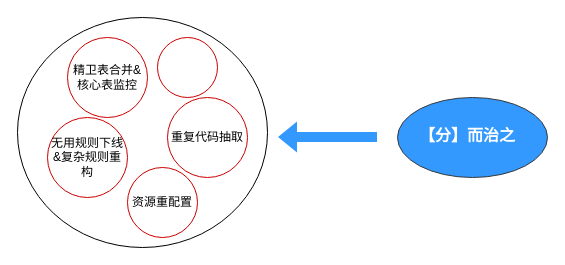
The draw.io diagram pl治理.drawio in mineminemine123/work-wiki, before the edit. Source tidied: cells renumbered, new cells numbered last; positions are measured from the earlier drawing's top-left corner, leaving out a move shared by most shapes. Both pictures are drawn from the tidied source at 100%, with x=0, y=0 at pixel (17, 17).
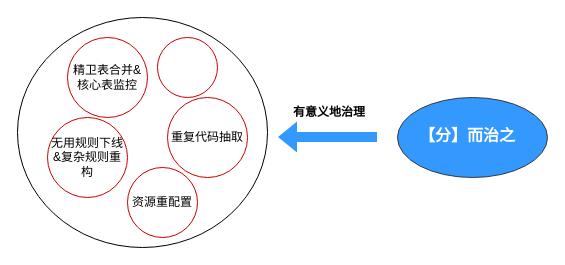
The same diagram, later.

The edit, as a diff of the source:
```diff
@@
 <mxGraphModel>
   <root>
     <mxCell id="0" />
     <mxCell id="1" parent="0" />
     <mxCell id="2" style="shape=flexArrow;endArrow=classic;html=1;rounded=0;strokeColor=none;fillColor=#3399FF;" parent="1" edge="1">
       <mxGeometry relative="1" as="geometry">
         <mxPoint x="360" y="119.5" as="sourcePoint" />
         <mxPoint x="260" y="119.5" as="targetPoint" />
       </mxGeometry>
     </mxCell>
     <mxCell id="3" style="ellipse;whiteSpace=wrap;html=1;strokeColor=#36393d;fillColor=#3399FF;" parent="1" vertex="1">
       <mxGeometry x="380" y="80" width="150" height="80" as="geometry" />
     </mxCell>
     <mxCell id="4" value="&lt;font style=&quot;color: rgb(255, 255, 255); font-size: 16px;&quot;&gt;&lt;b&gt;【分】而治之&lt;/b&gt;&lt;/font&gt;" style="text;html=1;align=center;verticalAlign=middle;whiteSpace=wrap;rounded=0;" parent="1" vertex="1">
       <mxGeometry x="400" y="100" width="100" height="35" as="geometry" />
     </mxCell>
     <mxCell id="5" style="ellipse;whiteSpace=wrap;html=1;" parent="1" vertex="1">
       <mxGeometry width="250" height="230" as="geometry" />
     </mxCell>
     <mxCell id="6" value="&lt;div&gt;&lt;div class=&quot;old-record-id-XWXkdjbSToSbAaxWngFc1ZIonQe&quot;&gt;精卫表合并&amp;amp;核心表监控&lt;/div&gt;&lt;/div&gt;&lt;span class=&quot;lark-record-clipboard&quot; data-lark-record-data=&quot;{&amp;quot;rootId&amp;quot;:&amp;quot;ChRIdA0hZobBU5xymgpcbbGHnzd&amp;quot;,&amp;quot;text&amp;quot;:{&amp;quot;initialAttributedTexts&amp;quot;:{&amp;quot;text&amp;quot;:{&amp;quot;0&amp;quot;:&amp;quot;精卫表合并&amp;amp;核心表监控&amp;quot;},&amp;quot;attribs&amp;quot;:{&amp;quot;0&amp;quot;:&amp;quot;*0+b&amp;quot;}},&amp;quot;apool&amp;quot;:{&amp;quot;numToAttrib&amp;quot;:{&amp;quot;0&amp;quot;:[&amp;quot;author&amp;quot;,&amp;quot;6789052697665437964&amp;quot;]},&amp;quot;nextNum&amp;quot;:1}},&amp;quot;type&amp;quot;:&amp;quot;text&amp;quot;,&amp;quot;referenceRecordMap&amp;quot;:{},&amp;quot;extra&amp;quot;:{&amp;quot;channel&amp;quot;:&amp;quot;saas&amp;quot;,&amp;quot;pasteRandomId&amp;quot;:&amp;quot;1d12fe56-909d-4299-86d8-354a4d4ec832&amp;quot;,&amp;quot;mention_page_title&amp;quot;:{},&amp;quot;external_mention_url&amp;quot;:{}},&amp;quot;isKeepQuoteContainer&amp;quot;:false,&amp;quot;isFromCode&amp;quot;:false,&amp;quot;selection&amp;quot;:[{&amp;quot;id&amp;quot;:256,&amp;quot;type&amp;quot;:&amp;quot;text&amp;quot;,&amp;quot;selection&amp;quot;:{&amp;quot;start&amp;quot;:0,&amp;quot;end&amp;quot;:11},&amp;quot;recordId&amp;quot;:&amp;quot;XWXkdjbSToSbAaxWngFc1ZIonQe&amp;quot;}],&amp;quot;payloadMap&amp;quot;:{},&amp;quot;isCut&amp;quot;:false}&quot;&gt;&lt;/span&gt;" style="ellipse;whiteSpace=wrap;html=1;strokeColor=#CC0000;" parent="1" vertex="1">
       <mxGeometry x="50" y="20" width="80" height="80" as="geometry" />
     </mxCell>
     <mxCell id="7" value="&lt;div&gt;&lt;div class=&quot;old-record-id-XWXkdjbSToSbAaxWngFc1ZIonQe&quot;&gt;&lt;div&gt;&lt;div class=&quot;old-record-id-XWXkdjbSToSbAaxWngFc1ZIonQe&quot;&gt;无用规则下线&amp;amp;复杂规则重构&lt;/div&gt;&lt;/div&gt;&lt;span class=&quot;lark-record-clipboard&quot; data-lark-record-data=&quot;{&amp;quot;rootId&amp;quot;:&amp;quot;ChRIdA0hZobBU5xymgpcbbGHnzd&amp;quot;,&amp;quot;text&amp;quot;:{&amp;quot;initialAttributedTexts&amp;quot;:{&amp;quot;text&amp;quot;:{&amp;quot;0&amp;quot;:&amp;quot;无用规则下线&amp;amp;复杂规则重构&amp;quot;},&amp;quot;attribs&amp;quot;:{&amp;quot;0&amp;quot;:&amp;quot;*0+d&amp;quot;}},&amp;quot;apool&amp;quot;:{&amp;quot;numToAttrib&amp;quot;:{&amp;quot;0&amp;quot;:[&amp;quot;author&amp;quot;,&amp;quot;6789052697665437964&amp;quot;]},&amp;quot;nextNum&amp;quot;:1}},&amp;quot;type&amp;quot;:&amp;quot;text&amp;quot;,&amp;quot;referenceRecordMap&amp;quot;:{},&amp;quot;extra&amp;quot;:{&amp;quot;channel&amp;quot;:&amp;quot;saas&amp;quot;,&amp;quot;pasteRandomId&amp;quot;:&amp;quot;5cdd5dfd-b43b-46cd-955d-e5122e08f436&amp;quot;,&amp;quot;mention_page_title&amp;quot;:{},&amp;quot;external_mention_url&amp;quot;:{}},&amp;quot;isKeepQuoteContainer&amp;quot;:false,&amp;quot;isFromCode&amp;quot;:false,&amp;quot;selection&amp;quot;:[{&amp;quot;id&amp;quot;:256,&amp;quot;type&amp;quot;:&amp;quot;text&amp;quot;,&amp;quot;selection&amp;quot;:{&amp;quot;start&amp;quot;:14,&amp;quot;end&amp;quot;:27},&amp;quot;recordId&amp;quot;:&amp;quot;XWXkdjbSToSbAaxWngFc1ZIonQe&amp;quot;}],&amp;quot;payloadMap&amp;quot;:{},&amp;quot;isCut&amp;quot;:false}&quot;&gt;&lt;/span&gt;&lt;/div&gt;&lt;/div&gt;&lt;span class=&quot;lark-record-clipboard&quot; data-lark-record-data=&quot;{&amp;quot;rootId&amp;quot;:&amp;quot;ChRIdA0hZobBU5xymgpcbbGHnzd&amp;quot;,&amp;quot;text&amp;quot;:{&amp;quot;initialAttributedTexts&amp;quot;:{&amp;quot;text&amp;quot;:{&amp;quot;0&amp;quot;:&amp;quot;精卫表合并&amp;amp;核心表监控&amp;quot;},&amp;quot;attribs&amp;quot;:{&amp;quot;0&amp;quot;:&amp;quot;*0+b&amp;quot;}},&amp;quot;apool&amp;quot;:{&amp;quot;numToAttrib&amp;quot;:{&amp;quot;0&amp;quot;:[&amp;quot;author&amp;quot;,&amp;quot;6789052697665437964&amp;quot;]},&amp;quot;nextNum&amp;quot;:1}},&amp;quot;type&amp;quot;:&amp;quot;text&amp;quot;,&amp;quot;referenceRecordMap&amp;quot;:{},&amp;quot;extra&amp;quot;:{&amp;quot;channel&amp;quot;:&amp;quot;saas&amp;quot;,&amp;quot;pasteRandomId&amp;quot;:&amp;quot;1d12fe56-909d-4299-86d8-354a4d4ec832&amp;quot;,&amp;quot;mention_page_title&amp;quot;:{},&amp;quot;external_mention_url&amp;quot;:{}},&amp;quot;isKeepQuoteContainer&amp;quot;:false,&amp;quot;isFromCode&amp;quot;:false,&amp;quot;selection&amp;quot;:[{&amp;quot;id&amp;quot;:256,&amp;quot;type&amp;quot;:&amp;quot;text&amp;quot;,&amp;quot;selection&amp;quot;:{&amp;quot;start&amp;quot;:0,&amp;quot;end&amp;quot;:11},&amp;quot;recordId&amp;quot;:&amp;quot;XWXkdjbSToSbAaxWngFc1ZIonQe&amp;quot;}],&amp;quot;payloadMap&amp;quot;:{},&amp;quot;isCut&amp;quot;:false}&quot;&gt;&lt;/span&gt;" style="ellipse;whiteSpace=wrap;html=1;strokeColor=#CC0000;" parent="1" vertex="1">
       <mxGeometry x="30" y="100" width="80" height="80" as="geometry" />
     </mxCell>
     <mxCell id="8" value="&lt;div&gt;&lt;div class=&quot;old-record-id-XWXkdjbSToSbAaxWngFc1ZIonQe&quot;&gt;&lt;div&gt;&lt;div class=&quot;old-record-id-XWXkdjbSToSbAaxWngFc1ZIonQe&quot;&gt;&lt;div&gt;&lt;div class=&quot;old-record-id-XWXkdjbSToSbAaxWngFc1ZIonQe&quot;&gt;重复代码抽取&lt;/div&gt;&lt;/div&gt;&lt;span class=&quot;lark-record-clipboard&quot; data-lark-record-data=&quot;{&amp;quot;rootId&amp;quot;:&amp;quot;ChRIdA0hZobBU5xymgpcbbGHnzd&amp;quot;,&amp;quot;text&amp;quot;:{&amp;quot;initialAttributedTexts&amp;quot;:{&amp;quot;text&amp;quot;:{&amp;quot;0&amp;quot;:&amp;quot;复用代码抽取&amp;quot;},&amp;quot;attribs&amp;quot;:{&amp;quot;0&amp;quot;:&amp;quot;*0+6&amp;quot;}},&amp;quot;apool&amp;quot;:{&amp;quot;numToAttrib&amp;quot;:{&amp;quot;0&amp;quot;:[&amp;quot;author&amp;quot;,&amp;quot;6789052697665437964&amp;quot;]},&amp;quot;nextNum&amp;quot;:1}},&amp;quot;type&amp;quot;:&amp;quot;text&amp;quot;,&amp;quot;referenceRecordMap&amp;quot;:{},&amp;quot;extra&amp;quot;:{&amp;quot;channel&amp;quot;:&amp;quot;saas&amp;quot;,&amp;quot;pasteRandomId&amp;quot;:&amp;quot;e9fa6218-35b4-4a9d-a9d8-3d668199a75c&amp;quot;,&amp;quot;mention_page_title&amp;quot;:{},&amp;quot;external_mention_url&amp;quot;:{}},&amp;quot;isKeepQuoteContainer&amp;quot;:false,&amp;quot;isFromCode&amp;quot;:false,&amp;quot;selection&amp;quot;:[{&amp;quot;id&amp;quot;:256,&amp;quot;type&amp;quot;:&amp;quot;text&amp;quot;,&amp;quot;selection&amp;quot;:{&amp;quot;start&amp;quot;:30,&amp;quot;end&amp;quot;:36},&amp;quot;recordId&amp;quot;:&amp;quot;XWXkdjbSToSbAaxWngFc1ZIonQe&amp;quot;}],&amp;quot;payloadMap&amp;quot;:{},&amp;quot;isCut&amp;quot;:false}&quot;&gt;&lt;/span&gt;&lt;/div&gt;&lt;/div&gt;&lt;span class=&quot;lark-record-clipboard&quot; data-lark-record-data=&quot;{&amp;quot;rootId&amp;quot;:&amp;quot;ChRIdA0hZobBU5xymgpcbbGHnzd&amp;quot;,&amp;quot;text&amp;quot;:{&amp;quot;initialAttributedTexts&amp;quot;:{&amp;quot;text&amp;quot;:{&amp;quot;0&amp;quot;:&amp;quot;无用规则下线&amp;amp;复杂规则重构&amp;quot;},&amp;quot;attribs&amp;quot;:{&amp;quot;0&amp;quot;:&amp;quot;*0+d&amp;quot;}},&amp;quot;apool&amp;quot;:{&amp;quot;numToAttrib&amp;quot;:{&amp;quot;0&amp;quot;:[&amp;quot;author&amp;quot;,&amp;quot;6789052697665437964&amp;quot;]},&amp;quot;nextNum&amp;quot;:1}},&amp;quot;type&amp;quot;:&amp;quot;text&amp;quot;,&amp;quot;referenceRecordMap&amp;quot;:{},&amp;quot;extra&amp;quot;:{&amp;quot;channel&amp;quot;:&amp;quot;saas&amp;quot;,&amp;quot;pasteRandomId&amp;quot;:&amp;quot;5cdd5dfd-b43b-46cd-955d-e5122e08f436&amp;quot;,&amp;quot;mention_page_title&amp;quot;:{},&amp;quot;external_mention_url&amp;quot;:{}},&amp;quot;isKeepQuoteContainer&amp;quot;:false,&amp;quot;isFromCode&amp;quot;:false,&amp;quot;selection&amp;quot;:[{&amp;quot;id&amp;quot;:256,&amp;quot;type&amp;quot;:&amp;quot;text&amp;quot;,&amp;quot;selection&amp;quot;:{&amp;quot;start&amp;quot;:14,&amp;quot;end&amp;quot;:27},&amp;quot;recordId&amp;quot;:&amp;quot;XWXkdjbSToSbAaxWngFc1ZIonQe&amp;quot;}],&amp;quot;payloadMap&amp;quot;:{},&amp;quot;isCut&amp;quot;:false}&quot;&gt;&lt;/span&gt;&lt;/div&gt;&lt;/div&gt;&lt;span class=&quot;lark-record-clipboard&quot; data-lark-record-data=&quot;{&amp;quot;rootId&amp;quot;:&amp;quot;ChRIdA0hZobBU5xymgpcbbGHnzd&amp;quot;,&amp;quot;text&amp;quot;:{&amp;quot;initialAttributedTexts&amp;quot;:{&amp;quot;text&amp;quot;:{&amp;quot;0&amp;quot;:&amp;quot;精卫表合并&amp;amp;核心表监控&amp;quot;},&amp;quot;attribs&amp;quot;:{&amp;quot;0&amp;quot;:&amp;quot;*0+b&amp;quot;}},&amp;quot;apool&amp;quot;:{&amp;quot;numToAttrib&amp;quot;:{&amp;quot;0&amp;quot;:[&amp;quot;author&amp;quot;,&amp;quot;6789052697665437964&amp;quot;]},&amp;quot;nextNum&amp;quot;:1}},&amp;quot;type&amp;quot;:&amp;quot;text&amp;quot;,&amp;quot;referenceRecordMap&amp;quot;:{},&amp;quot;extra&amp;quot;:{&amp;quot;channel&amp;quot;:&amp;quot;saas&amp;quot;,&amp;quot;pasteRandomId&amp;quot;:&amp;quot;1d12fe56-909d-4299-86d8-354a4d4ec832&amp;quot;,&amp;quot;mention_page_title&amp;quot;:{},&amp;quot;external_mention_url&amp;quot;:{}},&amp;quot;isKeepQuoteContainer&amp;quot;:false,&amp;quot;isFromCode&amp;quot;:false,&amp;quot;selection&amp;quot;:[{&amp;quot;id&amp;quot;:256,&amp;quot;type&amp;quot;:&amp;quot;text&amp;quot;,&amp;quot;selection&amp;quot;:{&amp;quot;start&amp;quot;:0,&amp;quot;end&amp;quot;:11},&amp;quot;recordId&amp;quot;:&amp;quot;XWXkdjbSToSbAaxWngFc1ZIonQe&amp;quot;}],&amp;quot;payloadMap&amp;quot;:{},&amp;quot;isCut&amp;quot;:false}&quot;&gt;&lt;/span&gt;" style="ellipse;whiteSpace=wrap;html=1;strokeColor=#CC0000;" parent="1" vertex="1">
       <mxGeometry x="150" y="80" width="80" height="80" as="geometry" />
     </mxCell>
     <mxCell id="9" value="&lt;div&gt;&lt;div class=&quot;old-record-id-XWXkdjbSToSbAaxWngFc1ZIonQe&quot;&gt;&lt;div&gt;&lt;div class=&quot;old-record-id-XWXkdjbSToSbAaxWngFc1ZIonQe&quot;&gt;&lt;div&gt;&lt;div class=&quot;old-record-id-XWXkdjbSToSbAaxWngFc1ZIonQe&quot;&gt;&lt;div&gt;&lt;div class=&quot;old-record-id-XWXkdjbSToSbAaxWngFc1ZIonQe&quot;&gt;资源重配置&lt;/div&gt;&lt;/div&gt;&lt;span class=&quot;lark-record-clipboard&quot; data-lark-record-data=&quot;{&amp;quot;rootId&amp;quot;:&amp;quot;ChRIdA0hZobBU5xymgpcbbGHnzd&amp;quot;,&amp;quot;text&amp;quot;:{&amp;quot;initialAttributedTexts&amp;quot;:{&amp;quot;text&amp;quot;:{&amp;quot;0&amp;quot;:&amp;quot;资源重配置&amp;quot;},&amp;quot;attribs&amp;quot;:{&amp;quot;0&amp;quot;:&amp;quot;*0+5&amp;quot;}},&amp;quot;apool&amp;quot;:{&amp;quot;numToAttrib&amp;quot;:{&amp;quot;0&amp;quot;:[&amp;quot;author&amp;quot;,&amp;quot;6789052697665437964&amp;quot;]},&amp;quot;nextNum&amp;quot;:1}},&amp;quot;type&amp;quot;:&amp;quot;text&amp;quot;,&amp;quot;referenceRecordMap&amp;quot;:{},&amp;quot;extra&amp;quot;:{&amp;quot;channel&amp;quot;:&amp;quot;saas&amp;quot;,&amp;quot;pasteRandomId&amp;quot;:&amp;quot;1291db8a-156d-451d-92f8-595e6074ff26&amp;quot;,&amp;quot;mention_page_title&amp;quot;:{},&amp;quot;external_mention_url&amp;quot;:{}},&amp;quot;isKeepQuoteContainer&amp;quot;:false,&amp;quot;isFromCode&amp;quot;:false,&amp;quot;selection&amp;quot;:[{&amp;quot;id&amp;quot;:256,&amp;quot;type&amp;quot;:&amp;quot;text&amp;quot;,&amp;quot;selection&amp;quot;:{&amp;quot;start&amp;quot;:39,&amp;quot;end&amp;quot;:44},&amp;quot;recordId&amp;quot;:&amp;quot;XWXkdjbSToSbAaxWngFc1ZIonQe&amp;quot;}],&amp;quot;payloadMap&amp;quot;:{},&amp;quot;isCut&amp;quot;:false}&quot;&gt;&lt;/span&gt;&lt;/div&gt;&lt;/div&gt;&lt;span class=&quot;lark-record-clipboard&quot; data-lark-record-data=&quot;{&amp;quot;rootId&amp;quot;:&amp;quot;ChRIdA0hZobBU5xymgpcbbGHnzd&amp;quot;,&amp;quot;text&amp;quot;:{&amp;quot;initialAttributedTexts&amp;quot;:{&amp;quot;text&amp;quot;:{&amp;quot;0&amp;quot;:&amp;quot;复用代码抽取&amp;quot;},&amp;quot;attribs&amp;quot;:{&amp;quot;0&amp;quot;:&amp;quot;*0+6&amp;quot;}},&amp;quot;apool&amp;quot;:{&amp;quot;numToAttrib&amp;quot;:{&amp;quot;0&amp;quot;:[&amp;quot;author&amp;quot;,&amp;quot;6789052697665437964&amp;quot;]},&amp;quot;nextNum&amp;quot;:1}},&amp;quot;type&amp;quot;:&amp;quot;text&amp;quot;,&amp;quot;referenceRecordMap&amp;quot;:{},&amp;quot;extra&amp;quot;:{&amp;quot;channel&amp;quot;:&amp;quot;saas&amp;quot;,&amp;quot;pasteRandomId&amp;quot;:&amp;quot;e9fa6218-35b4-4a9d-a9d8-3d668199a75c&amp;quot;,&amp;quot;mention_page_title&amp;quot;:{},&amp;quot;external_mention_url&amp;quot;:{}},&amp;quot;isKeepQuoteContainer&amp;quot;:false,&amp;quot;isFromCode&amp;quot;:false,&amp;quot;selection&amp;quot;:[{&amp;quot;id&amp;quot;:256,&amp;quot;type&amp;quot;:&amp;quot;text&amp;quot;,&amp;quot;selection&amp;quot;:{&amp;quot;start&amp;quot;:30,&amp;quot;end&amp;quot;:36},&amp;quot;recordId&amp;quot;:&amp;quot;XWXkdjbSToSbAaxWngFc1ZIonQe&amp;quot;}],&amp;quot;payloadMap&amp;quot;:{},&amp;quot;isCut&amp;quot;:false}&quot;&gt;&lt;/span&gt;&lt;/div&gt;&lt;/div&gt;&lt;span class=&quot;lark-record-clipboard&quot; data-lark-record-data=&quot;{&amp;quot;rootId&amp;quot;:&amp;quot;ChRIdA0hZobBU5xymgpcbbGHnzd&amp;quot;,&amp;quot;text&amp;quot;:{&amp;quot;initialAttributedTexts&amp;quot;:{&amp;quot;text&amp;quot;:{&amp;quot;0&amp;quot;:&amp;quot;无用规则下线&amp;amp;复杂规则重构&amp;quot;},&amp;quot;attribs&amp;quot;:{&amp;quot;0&amp;quot;:&amp;quot;*0+d&amp;quot;}},&amp;quot;apool&amp;quot;:{&amp;quot;numToAttrib&amp;quot;:{&amp;quot;0&amp;quot;:[&amp;quot;author&amp;quot;,&amp;quot;6789052697665437964&amp;quot;]},&amp;quot;nextNum&amp;quot;:1}},&amp;quot;type&amp;quot;:&amp;quot;text&amp;quot;,&amp;quot;referenceRecordMap&amp;quot;:{},&amp;quot;extra&amp;quot;:{&amp;quot;channel&amp;quot;:&amp;quot;saas&amp;quot;,&amp;quot;pasteRandomId&amp;quot;:&amp;quot;5cdd5dfd-b43b-46cd-955d-e5122e08f436&amp;quot;,&amp;quot;mention_page_title&amp;quot;:{},&amp;quot;external_mention_url&amp;quot;:{}},&amp;quot;isKeepQuoteContainer&amp;quot;:false,&amp;quot;isFromCode&amp;quot;:false,&amp;quot;selection&amp;quot;:[{&amp;quot;id&amp;quot;:256,&amp;quot;type&amp;quot;:&amp;quot;text&amp;quot;,&amp;quot;selection&amp;quot;:{&amp;quot;start&amp;quot;:14,&amp;quot;end&amp;quot;:27},&amp;quot;recordId&amp;quot;:&amp;quot;XWXkdjbSToSbAaxWngFc1ZIonQe&amp;quot;}],&amp;quot;payloadMap&amp;quot;:{},&amp;quot;isCut&amp;quot;:false}&quot;&gt;&lt;/span&gt;&lt;/div&gt;&lt;/div&gt;&lt;span class=&quot;lark-record-clipboard&quot; data-lark-record-data=&quot;{&amp;quot;rootId&amp;quot;:&amp;quot;ChRIdA0hZobBU5xymgpcbbGHnzd&amp;quot;,&amp;quot;text&amp;quot;:{&amp;quot;initialAttributedTexts&amp;quot;:{&amp;quot;text&amp;quot;:{&amp;quot;0&amp;quot;:&amp;quot;精卫表合并&amp;amp;核心表监控&amp;quot;},&amp;quot;attribs&amp;quot;:{&amp;quot;0&amp;quot;:&amp;quot;*0+b&amp;quot;}},&amp;quot;apool&amp;quot;:{&amp;quot;numToAttrib&amp;quot;:{&amp;quot;0&amp;quot;:[&amp;quot;author&amp;quot;,&amp;quot;6789052697665437964&amp;quot;]},&amp;quot;nextNum&amp;quot;:1}},&amp;quot;type&amp;quot;:&amp;quot;text&amp;quot;,&amp;quot;referenceRecordMap&amp;quot;:{},&amp;quot;extra&amp;quot;:{&amp;quot;channel&amp;quot;:&amp;quot;saas&amp;quot;,&amp;quot;pasteRandomId&amp;quot;:&amp;quot;1d12fe56-909d-4299-86d8-354a4d4ec832&amp;quot;,&amp;quot;mention_page_title&amp;quot;:{},&amp;quot;external_mention_url&amp;quot;:{}},&amp;quot;isKeepQuoteContainer&amp;quot;:false,&amp;quot;isFromCode&amp;quot;:false,&amp;quot;selection&amp;quot;:[{&amp;quot;id&amp;quot;:256,&amp;quot;type&amp;quot;:&amp;quot;text&amp;quot;,&amp;quot;selection&amp;quot;:{&amp;quot;start&amp;quot;:0,&amp;quot;end&amp;quot;:11},&amp;quot;recordId&amp;quot;:&amp;quot;XWXkdjbSToSbAaxWngFc1ZIonQe&amp;quot;}],&amp;quot;payloadMap&amp;quot;:{},&amp;quot;isCut&amp;quot;:false}&quot;&gt;&lt;/span&gt;" style="ellipse;whiteSpace=wrap;html=1;strokeColor=#CC0000;" parent="1" vertex="1">
       <mxGeometry x="110" y="150" width="70" height="70" as="geometry" />
     </mxCell>
     <mxCell id="10" value="&lt;div&gt;&lt;div class=&quot;old-record-id-XWXkdjbSToSbAaxWngFc1ZIonQe&quot;&gt;&lt;div&gt;&lt;div class=&quot;old-record-id-XWXkdjbSToSbAaxWngFc1ZIonQe&quot;&gt;&lt;div&gt;&lt;div class=&quot;old-record-id-XWXkdjbSToSbAaxWngFc1ZIonQe&quot;&gt;&lt;div&gt;&lt;div class=&quot;old-record-id-XWXkdjbSToSbAaxWngFc1ZIonQe&quot;&gt;&lt;br&gt;&lt;/div&gt;&lt;/div&gt;&lt;span class=&quot;lark-record-clipboard&quot; data-lark-record-data=&quot;{&amp;quot;rootId&amp;quot;:&amp;quot;ChRIdA0hZobBU5xymgpcbbGHnzd&amp;quot;,&amp;quot;text&amp;quot;:{&amp;quot;initialAttributedTexts&amp;quot;:{&amp;quot;text&amp;quot;:{&amp;quot;0&amp;quot;:&amp;quot;资源重配置&amp;quot;},&amp;quot;attribs&amp;quot;:{&amp;quot;0&amp;quot;:&amp;quot;*0+5&amp;quot;}},&amp;quot;apool&amp;quot;:{&amp;quot;numToAttrib&amp;quot;:{&amp;quot;0&amp;quot;:[&amp;quot;author&amp;quot;,&amp;quot;6789052697665437964&amp;quot;]},&amp;quot;nextNum&amp;quot;:1}},&amp;quot;type&amp;quot;:&amp;quot;text&amp;quot;,&amp;quot;referenceRecordMap&amp;quot;:{},&amp;quot;extra&amp;quot;:{&amp;quot;channel&amp;quot;:&amp;quot;saas&amp;quot;,&amp;quot;pasteRandomId&amp;quot;:&amp;quot;1291db8a-156d-451d-92f8-595e6074ff26&amp;quot;,&amp;quot;mention_page_title&amp;quot;:{},&amp;quot;external_mention_url&amp;quot;:{}},&amp;quot;isKeepQuoteContainer&amp;quot;:false,&amp;quot;isFromCode&amp;quot;:false,&amp;quot;selection&amp;quot;:[{&amp;quot;id&amp;quot;:256,&amp;quot;type&amp;quot;:&amp;quot;text&amp;quot;,&amp;quot;selection&amp;quot;:{&amp;quot;start&amp;quot;:39,&amp;quot;end&amp;quot;:44},&amp;quot;recordId&amp;quot;:&amp;quot;XWXkdjbSToSbAaxWngFc1ZIonQe&amp;quot;}],&amp;quot;payloadMap&amp;quot;:{},&amp;quot;isCut&amp;quot;:false}&quot;&gt;&lt;/span&gt;&lt;/div&gt;&lt;/div&gt;&lt;span class=&quot;lark-record-clipboard&quot; data-lark-record-data=&quot;{&amp;quot;rootId&amp;quot;:&amp;quot;ChRIdA0hZobBU5xymgpcbbGHnzd&amp;quot;,&amp;quot;text&amp;quot;:{&amp;quot;initialAttributedTexts&amp;quot;:{&amp;quot;text&amp;quot;:{&amp;quot;0&amp;quot;:&amp;quot;复用代码抽取&amp;quot;},&amp;quot;attribs&amp;quot;:{&amp;quot;0&amp;quot;:&amp;quot;*0+6&amp;quot;}},&amp;quot;apool&amp;quot;:{&amp;quot;numToAttrib&amp;quot;:{&amp;quot;0&amp;quot;:[&amp;quot;author&amp;quot;,&amp;quot;6789052697665437964&amp;quot;]},&amp;quot;nextNum&amp;quot;:1}},&amp;quot;type&amp;quot;:&amp;quot;text&amp;quot;,&amp;quot;referenceRecordMap&amp;quot;:{},&amp;quot;extra&amp;quot;:{&amp;quot;channel&amp;quot;:&amp;quot;saas&amp;quot;,&amp;quot;pasteRandomId&amp;quot;:&amp;quot;e9fa6218-35b4-4a9d-a9d8-3d668199a75c&amp;quot;,&amp;quot;mention_page_title&amp;quot;:{},&amp;quot;external_mention_url&amp;quot;:{}},&amp;quot;isKeepQuoteContainer&amp;quot;:false,&amp;quot;isFromCode&amp;quot;:false,&amp;quot;selection&amp;quot;:[{&amp;quot;id&amp;quot;:256,&amp;quot;type&amp;quot;:&amp;quot;text&amp;quot;,&amp;quot;selection&amp;quot;:{&amp;quot;start&amp;quot;:30,&amp;quot;end&amp;quot;:36},&amp;quot;recordId&amp;quot;:&amp;quot;XWXkdjbSToSbAaxWngFc1ZIonQe&amp;quot;}],&amp;quot;payloadMap&amp;quot;:{},&amp;quot;isCut&amp;quot;:false}&quot;&gt;&lt;/span&gt;&lt;/div&gt;&lt;/div&gt;&lt;span class=&quot;lark-record-clipboard&quot; data-lark-record-data=&quot;{&amp;quot;rootId&amp;quot;:&amp;quot;ChRIdA0hZobBU5xymgpcbbGHnzd&amp;quot;,&amp;quot;text&amp;quot;:{&amp;quot;initialAttributedTexts&amp;quot;:{&amp;quot;text&amp;quot;:{&amp;quot;0&amp;quot;:&amp;quot;无用规则下线&amp;amp;复杂规则重构&amp;quot;},&amp;quot;attribs&amp;quot;:{&amp;quot;0&amp;quot;:&amp;quot;*0+d&amp;quot;}},&amp;quot;apool&amp;quot;:{&amp;quot;numToAttrib&amp;quot;:{&amp;quot;0&amp;quot;:[&amp;quot;author&amp;quot;,&amp;quot;6789052697665437964&amp;quot;]},&amp;quot;nextNum&amp;quot;:1}},&amp;quot;type&amp;quot;:&amp;quot;text&amp;quot;,&amp;quot;referenceRecordMap&amp;quot;:{},&amp;quot;extra&amp;quot;:{&amp;quot;channel&amp;quot;:&amp;quot;saas&amp;quot;,&amp;quot;pasteRandomId&amp;quot;:&amp;quot;5cdd5dfd-b43b-46cd-955d-e5122e08f436&amp;quot;,&amp;quot;mention_page_title&amp;quot;:{},&amp;quot;external_mention_url&amp;quot;:{}},&amp;quot;isKeepQuoteContainer&amp;quot;:false,&amp;quot;isFromCode&amp;quot;:false,&amp;quot;selection&amp;quot;:[{&amp;quot;id&amp;quot;:256,&amp;quot;type&amp;quot;:&amp;quot;text&amp;quot;,&amp;quot;selection&amp;quot;:{&amp;quot;start&amp;quot;:14,&amp;quot;end&amp;quot;:27},&amp;quot;recordId&amp;quot;:&amp;quot;XWXkdjbSToSbAaxWngFc1ZIonQe&amp;quot;}],&amp;quot;payloadMap&amp;quot;:{},&amp;quot;isCut&amp;quot;:false}&quot;&gt;&lt;/span&gt;&lt;/div&gt;&lt;/div&gt;&lt;span class=&quot;lark-record-clipboard&quot; data-lark-record-data=&quot;{&amp;quot;rootId&amp;quot;:&amp;quot;ChRIdA0hZobBU5xymgpcbbGHnzd&amp;quot;,&amp;quot;text&amp;quot;:{&amp;quot;initialAttributedTexts&amp;quot;:{&amp;quot;text&amp;quot;:{&amp;quot;0&amp;quot;:&amp;quot;精卫表合并&amp;amp;核心表监控&amp;quot;},&amp;quot;attribs&amp;quot;:{&amp;quot;0&amp;quot;:&amp;quot;*0+b&amp;quot;}},&amp;quot;apool&amp;quot;:{&amp;quot;numToAttrib&amp;quot;:{&amp;quot;0&amp;quot;:[&amp;quot;author&amp;quot;,&amp;quot;6789052697665437964&amp;quot;]},&amp;quot;nextNum&amp;quot;:1}},&amp;quot;type&amp;quot;:&amp;quot;text&amp;quot;,&amp;quot;referenceRecordMap&amp;quot;:{},&amp;quot;extra&amp;quot;:{&amp;quot;channel&amp;quot;:&amp;quot;saas&amp;quot;,&amp;quot;pasteRandomId&amp;quot;:&amp;quot;1d12fe56-909d-4299-86d8-354a4d4ec832&amp;quot;,&amp;quot;mention_page_title&amp;quot;:{},&amp;quot;external_mention_url&amp;quot;:{}},&amp;quot;isKeepQuoteContainer&amp;quot;:false,&amp;quot;isFromCode&amp;quot;:false,&amp;quot;selection&amp;quot;:[{&amp;quot;id&amp;quot;:256,&amp;quot;type&amp;quot;:&amp;quot;text&amp;quot;,&amp;quot;selection&amp;quot;:{&amp;quot;start&amp;quot;:0,&amp;quot;end&amp;quot;:11},&amp;quot;recordId&amp;quot;:&amp;quot;XWXkdjbSToSbAaxWngFc1ZIonQe&amp;quot;}],&amp;quot;payloadMap&amp;quot;:{},&amp;quot;isCut&amp;quot;:false}&quot;&gt;&lt;/span&gt;" style="ellipse;whiteSpace=wrap;html=1;strokeColor=#CC0000;" parent="1" vertex="1">
       <mxGeometry x="140" y="20" width="60" height="60" as="geometry" />
     </mxCell>
+    <mxCell id="11" value="&lt;b&gt;有意义地治理&lt;/b&gt;" style="text;strokeColor=none;fillColor=none;align=left;verticalAlign=middle;spacingLeft=4;spacingRight=4;overflow=hidden;whiteSpace=wrap;html=1;" parent="1" vertex="1">
+      <mxGeometry x="270" y="80" width="110" height="30" as="geometry" />
+    </mxCell>
   </root>
 </mxGraphModel>
```
